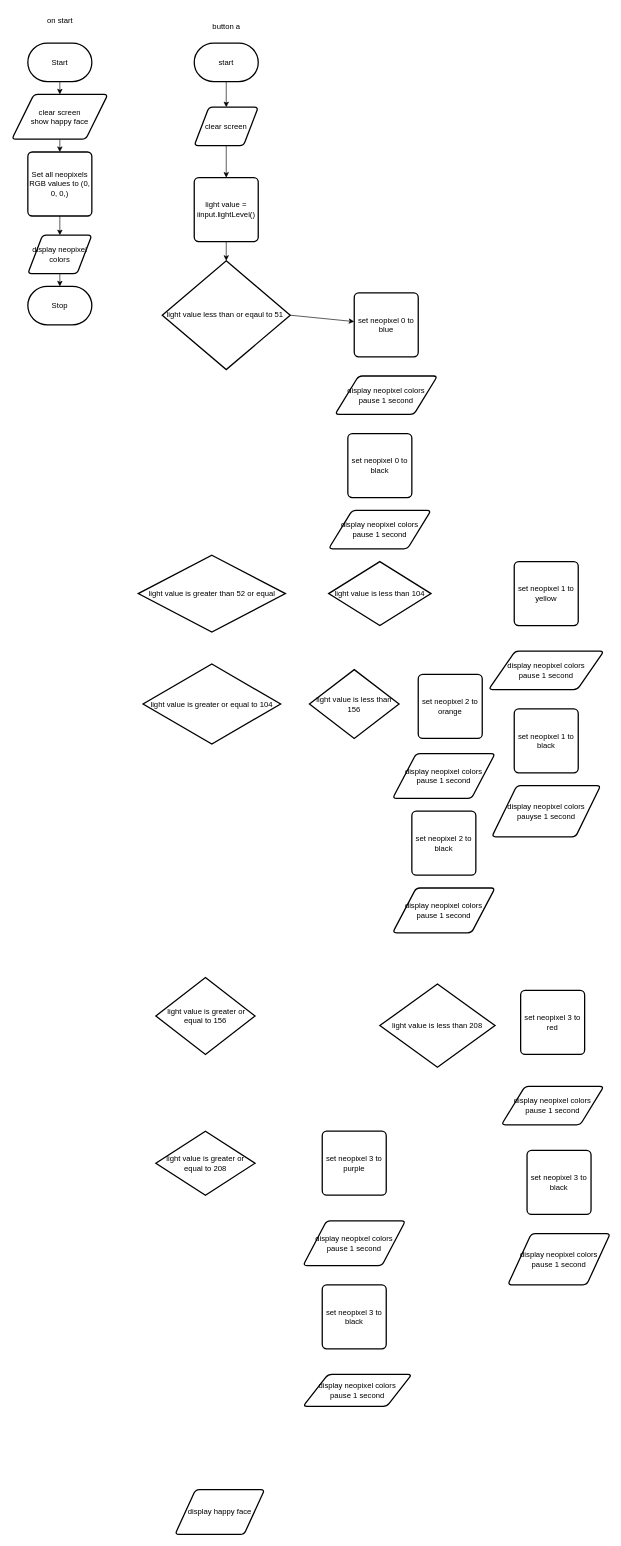
Above: design/flowchart.drawio in MTHS-TEJ2O-1-2023/TEJ2O-Unit-2-10-michael-bruneau (draw.io), before the change. Source tidied: cells renumbered, new cells numbered last; positions are measured from the earlier drawing's top-left corner, leaving out a move shared by most shapes. Both pictures are drawn from the tidied source at 64%, with x=0, y=0 at pixel (12, 11).
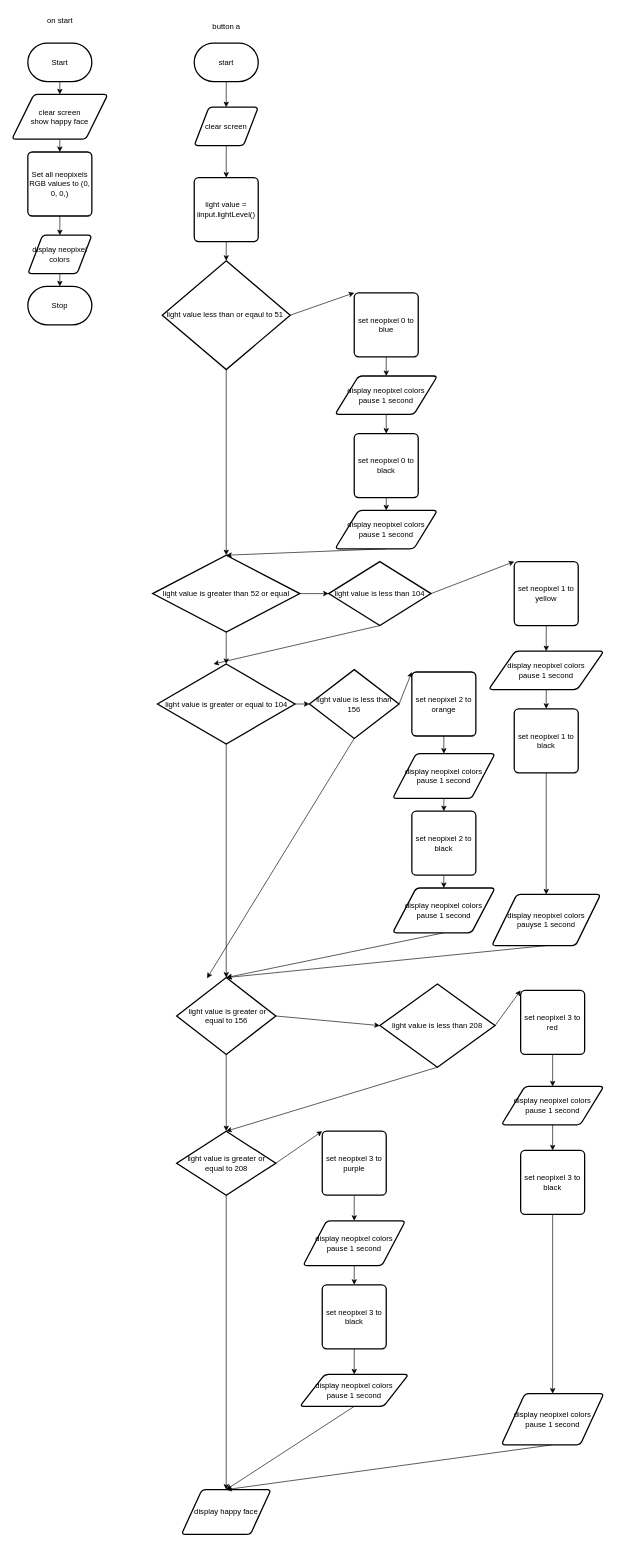
The same page after the edit.

The change refers to these unchanged cells:
```xml
<mxCell id="18" value="light value less than or eqaul to 51&amp;nbsp;" style="strokeWidth=2;html=1;shape=mxgraph.flowchart.decision;whiteSpace=wrap;" parent="1" vertex="1">
  <mxGeometry x="235" y="390" width="200" height="170" as="geometry" />
</mxCell>
<mxCell id="20" value="light value is less than 104" style="strokeWidth=2;html=1;shape=mxgraph.flowchart.decision;whiteSpace=wrap;" parent="1" vertex="1">
  <mxGeometry x="495" y="860" width="160" height="100" as="geometry" />
</mxCell>
<mxCell id="22" value="light value is less than 156" style="strokeWidth=2;html=1;shape=mxgraph.flowchart.decision;whiteSpace=wrap;" parent="1" vertex="1">
  <mxGeometry x="465" y="1028.8" width="140" height="107.5" as="geometry" />
</mxCell>
<mxCell id="24" value="light value is less than 208" style="strokeWidth=2;html=1;shape=mxgraph.flowchart.decision;whiteSpace=wrap;" parent="1" vertex="1">
  <mxGeometry x="575" y="1520" width="180" height="130" as="geometry" />
</mxCell>
<mxCell id="29" value="display neopixel colors&lt;br&gt;pause 1 second" style="shape=parallelogram;html=1;strokeWidth=2;perimeter=parallelogramPerimeter;whiteSpace=wrap;rounded=1;arcSize=12;size=0.23;" parent="1" vertex="1">
  <mxGeometry x="455" y="1890" width="160" height="70" as="geometry" />
</mxCell>
<mxCell id="30" value="display neopixel colors&lt;br&gt;pause 1 second" style="shape=parallelogram;html=1;strokeWidth=2;perimeter=parallelogramPerimeter;whiteSpace=wrap;rounded=1;arcSize=12;size=0.23;" parent="1" vertex="1">
  <mxGeometry x="765" y="1680" width="160" height="60" as="geometry" />
</mxCell>
<mxCell id="31" value="display neopixel colors&lt;br&gt;pause 1 second" style="shape=parallelogram;html=1;strokeWidth=2;perimeter=parallelogramPerimeter;whiteSpace=wrap;rounded=1;arcSize=12;size=0.23;" parent="1" vertex="1">
  <mxGeometry x="595" y="1160" width="160" height="70" as="geometry" />
</mxCell>
<mxCell id="32" value="display neopixel colors&lt;br&gt;pause 1 second" style="shape=parallelogram;html=1;strokeWidth=2;perimeter=parallelogramPerimeter;whiteSpace=wrap;rounded=1;arcSize=12;size=0.23;" parent="1" vertex="1">
  <mxGeometry x="745" y="1000" width="180" height="60" as="geometry" />
</mxCell>
<mxCell id="33" value="set neopixel 0 to blue" style="rounded=1;whiteSpace=wrap;html=1;absoluteArcSize=1;arcSize=14;strokeWidth=2;" parent="1" vertex="1">
  <mxGeometry x="535" y="440" width="100" height="100" as="geometry" />
</mxCell>
<mxCell id="34" value="display neopixel colors&lt;br&gt;pause 1 second" style="shape=parallelogram;html=1;strokeWidth=2;perimeter=parallelogramPerimeter;whiteSpace=wrap;rounded=1;arcSize=12;size=0.23;" parent="1" vertex="1">
  <mxGeometry x="505" y="570" width="160" height="60" as="geometry" />
</mxCell>
<mxCell id="35" value="set neopixel 1 to yellow" style="rounded=1;whiteSpace=wrap;html=1;absoluteArcSize=1;arcSize=14;strokeWidth=2;" parent="1" vertex="1">
  <mxGeometry x="785" y="860" width="100" height="100" as="geometry" />
</mxCell>
<mxCell id="36" value="set neopixel 3 to purple" style="rounded=1;whiteSpace=wrap;html=1;absoluteArcSize=1;arcSize=14;strokeWidth=2;" parent="1" vertex="1">
  <mxGeometry x="485" y="1750" width="100" height="100" as="geometry" />
</mxCell>
<mxCell id="37" value="set neopixel 3 to red" style="rounded=1;whiteSpace=wrap;html=1;absoluteArcSize=1;arcSize=14;strokeWidth=2;" parent="1" vertex="1">
  <mxGeometry x="795" y="1530" width="100" height="100" as="geometry" />
</mxCell>
<mxCell id="39" value="set neopixel 2 to black" style="rounded=1;whiteSpace=wrap;html=1;absoluteArcSize=1;arcSize=14;strokeWidth=2;" parent="1" vertex="1">
  <mxGeometry x="625" y="1250" width="100" height="100" as="geometry" />
</mxCell>
<mxCell id="40" value="display neopixel colors&lt;br&gt;pause 1 second" style="shape=parallelogram;html=1;strokeWidth=2;perimeter=parallelogramPerimeter;whiteSpace=wrap;rounded=1;arcSize=12;size=0.23;" parent="1" vertex="1">
  <mxGeometry x="595" y="1370" width="160" height="70" as="geometry" />
</mxCell>
<mxCell id="41" value="set neopixel 3 to black" style="rounded=1;whiteSpace=wrap;html=1;absoluteArcSize=1;arcSize=14;strokeWidth=2;" parent="1" vertex="1">
  <mxGeometry x="485" y="1990" width="100" height="100" as="geometry" />
</mxCell>
<mxCell id="45" value="set neopixel 1 to black" style="rounded=1;whiteSpace=wrap;html=1;absoluteArcSize=1;arcSize=14;strokeWidth=2;" parent="1" vertex="1">
  <mxGeometry x="785" y="1090" width="100" height="100" as="geometry" />
</mxCell>
```

The edit, as a diff of the source:
```diff
@@
-    <mxCell id="17" style="edgeStyle=none;html=1;exitX=1;exitY=0.5;exitDx=0;exitDy=0;exitPerimeter=0;" parent="1" edge="1" source="18" target="33">
+    <mxCell id="17" style="edgeStyle=none;html=1;exitX=1;exitY=0.5;exitDx=0;exitDy=0;exitPerimeter=0;entryX=0;entryY=0;entryDx=0;entryDy=0;" parent="1" edge="1" source="18" target="33">
       <mxGeometry relative="1" as="geometry" />
     </mxCell>
+    <mxCell id="49" style="edgeStyle=none;html=1;exitX=0.5;exitY=1;exitDx=0;exitDy=0;exitPerimeter=0;entryX=0.5;entryY=0;entryDx=0;entryDy=0;entryPerimeter=0;" parent="1" edge="1" source="18" target="19">
+      <mxGeometry relative="1" as="geometry" />
+    </mxCell>
@@
+    <mxCell id="50" style="edgeStyle=none;html=1;exitX=0.5;exitY=1;exitDx=0;exitDy=0;exitPerimeter=0;entryX=0.5;entryY=0;entryDx=0;entryDy=0;entryPerimeter=0;" parent="1" edge="1" source="19" target="21">
+      <mxGeometry relative="1" as="geometry" />
+    </mxCell>
+    <mxCell id="51" style="edgeStyle=none;html=1;exitX=1;exitY=0.5;exitDx=0;exitDy=0;exitPerimeter=0;entryX=0;entryY=0.5;entryDx=0;entryDy=0;entryPerimeter=0;" parent="1" edge="1" source="19" target="20">
+      <mxGeometry relative="1" as="geometry" />
+    </mxCell>
     <mxCell id="19" value="light value is greater than 52 or equal" style="strokeWidth=2;html=1;shape=mxgraph.flowchart.decision;whiteSpace=wrap;" parent="1" vertex="1">
-      <mxGeometry x="197.5" y="850" width="230" height="120" as="geometry" />
+      <mxGeometry x="220" y="850" width="230" height="120" as="geometry" />
     </mxCell>
+    <mxCell id="52" style="edgeStyle=none;html=1;exitX=0.5;exitY=1;exitDx=0;exitDy=0;exitPerimeter=0;" parent="1" edge="1" source="20">
+      <mxGeometry relative="1" as="geometry">
+        <mxPoint x="315" y="1020" as="targetPoint" />
+      </mxGeometry>
+    </mxCell>
+    <mxCell id="53" style="edgeStyle=none;html=1;exitX=1;exitY=0.5;exitDx=0;exitDy=0;exitPerimeter=0;entryX=0;entryY=0;entryDx=0;entryDy=0;" parent="1" edge="1" source="20" target="35">
+      <mxGeometry relative="1" as="geometry" />
+    </mxCell>
@@
+    <mxCell id="54" style="edgeStyle=none;html=1;exitX=0.5;exitY=1;exitDx=0;exitDy=0;exitPerimeter=0;entryX=0.5;entryY=0;entryDx=0;entryDy=0;entryPerimeter=0;" parent="1" edge="1" source="21" target="23">
+      <mxGeometry relative="1" as="geometry" />
+    </mxCell>
+    <mxCell id="55" style="edgeStyle=none;html=1;exitX=1;exitY=0.5;exitDx=0;exitDy=0;exitPerimeter=0;" parent="1" edge="1" source="21" target="22">
+      <mxGeometry relative="1" as="geometry" />
+    </mxCell>
     <mxCell id="21" value="light value is greater or equal to 104" style="strokeWidth=2;html=1;shape=mxgraph.flowchart.decision;whiteSpace=wrap;" parent="1" vertex="1">
-      <mxGeometry x="205" y="1020" width="215" height="125" as="geometry" />
+      <mxGeometry x="227.5" y="1020" width="215" height="125" as="geometry" />
     </mxCell>
+    <mxCell id="56" style="edgeStyle=none;html=1;exitX=0.5;exitY=1;exitDx=0;exitDy=0;exitPerimeter=0;" parent="1" edge="1" source="22">
+      <mxGeometry relative="1" as="geometry">
+        <mxPoint x="305" y="1511" as="targetPoint" />
+      </mxGeometry>
+    </mxCell>
+    <mxCell id="57" style="edgeStyle=none;html=1;exitX=1;exitY=0.5;exitDx=0;exitDy=0;exitPerimeter=0;entryX=0;entryY=0;entryDx=0;entryDy=0;" parent="1" edge="1" source="22" target="38">
+      <mxGeometry relative="1" as="geometry" />
+    </mxCell>
@@
+    <mxCell id="58" style="edgeStyle=none;html=1;exitX=0.5;exitY=1;exitDx=0;exitDy=0;exitPerimeter=0;entryX=0.5;entryY=0;entryDx=0;entryDy=0;entryPerimeter=0;" parent="1" edge="1" source="23" target="25">
+      <mxGeometry relative="1" as="geometry" />
+    </mxCell>
+    <mxCell id="59" style="edgeStyle=none;html=1;exitX=1;exitY=0.5;exitDx=0;exitDy=0;exitPerimeter=0;entryX=0;entryY=0.5;entryDx=0;entryDy=0;entryPerimeter=0;" parent="1" edge="1" source="23" target="24">
+      <mxGeometry relative="1" as="geometry" />
+    </mxCell>
     <mxCell id="23" value="&amp;nbsp;light value is greater or equal to 156" style="strokeWidth=2;html=1;shape=mxgraph.flowchart.decision;whiteSpace=wrap;" parent="1" vertex="1">
-      <mxGeometry x="225" y="1510" width="155" height="120" as="geometry" />
+      <mxGeometry x="257.5" y="1510" width="155" height="120" as="geometry" />
     </mxCell>
+    <mxCell id="60" style="edgeStyle=none;html=1;exitX=0.5;exitY=1;exitDx=0;exitDy=0;exitPerimeter=0;entryX=0.5;entryY=0;entryDx=0;entryDy=0;entryPerimeter=0;" parent="1" edge="1" source="24" target="25">
+      <mxGeometry relative="1" as="geometry" />
+    </mxCell>
+    <mxCell id="61" style="edgeStyle=none;html=1;exitX=1;exitY=0.5;exitDx=0;exitDy=0;exitPerimeter=0;entryX=0;entryY=0;entryDx=0;entryDy=0;" parent="1" edge="1" source="24" target="37">
+      <mxGeometry relative="1" as="geometry" />
+    </mxCell>
@@
+    <mxCell id="62" style="edgeStyle=none;html=1;exitX=0.5;exitY=1;exitDx=0;exitDy=0;exitPerimeter=0;entryX=0.5;entryY=0;entryDx=0;entryDy=0;" parent="1" edge="1" source="25" target="26">
+      <mxGeometry relative="1" as="geometry" />
+    </mxCell>
+    <mxCell id="63" style="edgeStyle=none;html=1;exitX=1;exitY=0.5;exitDx=0;exitDy=0;exitPerimeter=0;entryX=0;entryY=0;entryDx=0;entryDy=0;" parent="1" edge="1" source="25" target="36">
+      <mxGeometry relative="1" as="geometry" />
+    </mxCell>
     <mxCell id="25" value="light value is greater or equal to 208" style="strokeWidth=2;html=1;shape=mxgraph.flowchart.decision;whiteSpace=wrap;" parent="1" vertex="1">
-      <mxGeometry x="225" y="1750" width="155" height="100" as="geometry" />
+      <mxGeometry x="257.5" y="1750" width="155" height="100" as="geometry" />
     </mxCell>
     <mxCell id="26" value="display happy face" style="shape=parallelogram;html=1;strokeWidth=2;perimeter=parallelogramPerimeter;whiteSpace=wrap;rounded=1;arcSize=12;size=0.23;" parent="1" vertex="1">
-      <mxGeometry x="255" y="2310" width="140" height="70" as="geometry" />
+      <mxGeometry x="265" y="2310" width="140" height="70" as="geometry" />
     </mxCell>
@@
+    <mxCell id="64" style="edgeStyle=none;html=1;exitX=0.5;exitY=1;exitDx=0;exitDy=0;entryX=0.5;entryY=0;entryDx=0;entryDy=0;" parent="1" edge="1" source="29" target="41">
+      <mxGeometry relative="1" as="geometry" />
+    </mxCell>
@@
+    <mxCell id="65" style="edgeStyle=none;html=1;exitX=0.5;exitY=1;exitDx=0;exitDy=0;entryX=0.5;entryY=0;entryDx=0;entryDy=0;" parent="1" edge="1" source="30" target="43">
+      <mxGeometry relative="1" as="geometry" />
+    </mxCell>
@@
+    <mxCell id="66" style="edgeStyle=none;html=1;exitX=0.5;exitY=1;exitDx=0;exitDy=0;" parent="1" edge="1" source="31" target="39">
+      <mxGeometry relative="1" as="geometry" />
+    </mxCell>
@@
+    <mxCell id="67" style="edgeStyle=none;html=1;exitX=0.5;exitY=1;exitDx=0;exitDy=0;entryX=0.5;entryY=0;entryDx=0;entryDy=0;" parent="1" edge="1" source="32" target="45">
+      <mxGeometry relative="1" as="geometry" />
+    </mxCell>
@@
+    <mxCell id="68" style="edgeStyle=none;html=1;exitX=0.5;exitY=1;exitDx=0;exitDy=0;" parent="1" edge="1" source="33" target="34">
+      <mxGeometry relative="1" as="geometry" />
+    </mxCell>
@@
+    <mxCell id="69" style="edgeStyle=none;html=1;exitX=0.5;exitY=1;exitDx=0;exitDy=0;entryX=0.5;entryY=0;entryDx=0;entryDy=0;" parent="1" edge="1" source="34" target="47">
+      <mxGeometry relative="1" as="geometry" />
+    </mxCell>
@@
+    <mxCell id="70" style="edgeStyle=none;html=1;exitX=0.5;exitY=1;exitDx=0;exitDy=0;" parent="1" edge="1" source="35" target="32">
+      <mxGeometry relative="1" as="geometry" />
+    </mxCell>
@@
+    <mxCell id="71" style="edgeStyle=none;html=1;exitX=0.5;exitY=1;exitDx=0;exitDy=0;" parent="1" edge="1" source="36" target="29">
+      <mxGeometry relative="1" as="geometry" />
+    </mxCell>
@@
+    <mxCell id="72" style="edgeStyle=none;html=1;exitX=0.5;exitY=1;exitDx=0;exitDy=0;entryX=0.5;entryY=0;entryDx=0;entryDy=0;" parent="1" edge="1" source="37" target="30">
+      <mxGeometry relative="1" as="geometry" />
+    </mxCell>
@@
+    <mxCell id="73" style="edgeStyle=none;html=1;exitX=0.5;exitY=1;exitDx=0;exitDy=0;entryX=0.5;entryY=0;entryDx=0;entryDy=0;" parent="1" edge="1" source="38" target="31">
+      <mxGeometry relative="1" as="geometry" />
+    </mxCell>
     <mxCell id="38" value="set neopixel 2 to orange" style="rounded=1;whiteSpace=wrap;html=1;absoluteArcSize=1;arcSize=14;strokeWidth=2;" parent="1" vertex="1">
-      <mxGeometry x="635" y="1036.2" width="100" height="100" as="geometry" />
+      <mxGeometry x="625" y="1032.5" width="100" height="100" as="geometry" />
     </mxCell>
+    <mxCell id="74" style="edgeStyle=none;html=1;exitX=0.5;exitY=1;exitDx=0;exitDy=0;entryX=0.5;entryY=0;entryDx=0;entryDy=0;" parent="1" edge="1" source="39" target="40">
+      <mxGeometry relative="1" as="geometry" />
+    </mxCell>
@@
+    <mxCell id="75" style="edgeStyle=none;html=1;exitX=0.5;exitY=1;exitDx=0;exitDy=0;entryX=0.5;entryY=0;entryDx=0;entryDy=0;entryPerimeter=0;" parent="1" edge="1" source="40" target="23">
+      <mxGeometry relative="1" as="geometry" />
+    </mxCell>
@@
+    <mxCell id="76" style="edgeStyle=none;html=1;exitX=0.5;exitY=1;exitDx=0;exitDy=0;entryX=0.5;entryY=0;entryDx=0;entryDy=0;" parent="1" edge="1" source="41" target="42">
+      <mxGeometry relative="1" as="geometry" />
+    </mxCell>
@@
+    <mxCell id="77" style="edgeStyle=none;html=1;exitX=0.5;exitY=1;exitDx=0;exitDy=0;entryX=0.5;entryY=0;entryDx=0;entryDy=0;" parent="1" edge="1" source="42" target="26">
+      <mxGeometry relative="1" as="geometry" />
+    </mxCell>
     <mxCell id="42" value="display neopixel colors&lt;br&gt;pause 1 second" style="shape=parallelogram;html=1;strokeWidth=2;perimeter=parallelogramPerimeter;whiteSpace=wrap;rounded=1;arcSize=12;size=0.23;" parent="1" vertex="1">
-      <mxGeometry x="455" y="2130" width="170" height="50" as="geometry" />
+      <mxGeometry x="450" y="2130" width="170" height="50" as="geometry" />
     </mxCell>
+    <mxCell id="78" style="edgeStyle=none;html=1;exitX=0.5;exitY=1;exitDx=0;exitDy=0;" parent="1" edge="1" source="43" target="44">
+      <mxGeometry relative="1" as="geometry" />
+    </mxCell>
     <mxCell id="43" value="set neopixel 3 to black" style="rounded=1;whiteSpace=wrap;html=1;absoluteArcSize=1;arcSize=14;strokeWidth=2;" parent="1" vertex="1">
-      <mxGeometry x="805" y="1780" width="100" height="100" as="geometry" />
+      <mxGeometry x="795" y="1780" width="100" height="100" as="geometry" />
     </mxCell>
+    <mxCell id="79" style="edgeStyle=none;html=1;exitX=0.5;exitY=1;exitDx=0;exitDy=0;entryX=0.5;entryY=0;entryDx=0;entryDy=0;" parent="1" edge="1" source="44" target="26">
+      <mxGeometry relative="1" as="geometry" />
+    </mxCell>
     <mxCell id="44" value="display neopixel colors&lt;br&gt;pause 1 second" style="shape=parallelogram;html=1;strokeWidth=2;perimeter=parallelogramPerimeter;whiteSpace=wrap;rounded=1;arcSize=12;size=0.23;" parent="1" vertex="1">
-      <mxGeometry x="775" y="1910" width="160" height="80" as="geometry" />
+      <mxGeometry x="765" y="2160" width="160" height="80" as="geometry" />
     </mxCell>
+    <mxCell id="80" style="edgeStyle=none;html=1;exitX=0.5;exitY=1;exitDx=0;exitDy=0;" parent="1" edge="1" source="45" target="46">
+      <mxGeometry relative="1" as="geometry" />
+    </mxCell>
@@
+    <mxCell id="81" style="edgeStyle=none;html=1;exitX=0.5;exitY=1;exitDx=0;exitDy=0;entryX=0.5;entryY=0;entryDx=0;entryDy=0;entryPerimeter=0;" parent="1" edge="1" source="46" target="23">
+      <mxGeometry relative="1" as="geometry" />
+    </mxCell>
     <mxCell id="46" value="display neopixel colors&lt;br&gt;pauyse 1 second" style="shape=parallelogram;html=1;strokeWidth=2;perimeter=parallelogramPerimeter;whiteSpace=wrap;rounded=1;arcSize=12;size=0.23;" parent="1" vertex="1">
-      <mxGeometry x="750" y="1210" width="170" height="80" as="geometry" />
+      <mxGeometry x="750" y="1380" width="170" height="80" as="geometry" />
     </mxCell>
+    <mxCell id="82" style="edgeStyle=none;html=1;exitX=0.5;exitY=1;exitDx=0;exitDy=0;" parent="1" edge="1" source="47" target="48">
+      <mxGeometry relative="1" as="geometry" />
+    </mxCell>
     <mxCell id="47" value="set neopixel 0 to black" style="rounded=1;whiteSpace=wrap;html=1;absoluteArcSize=1;arcSize=14;strokeWidth=2;" parent="1" vertex="1">
-      <mxGeometry x="525" y="660" width="100" height="100" as="geometry" />
+      <mxGeometry x="535" y="660" width="100" height="100" as="geometry" />
     </mxCell>
+    <mxCell id="83" style="edgeStyle=none;html=1;exitX=0.5;exitY=1;exitDx=0;exitDy=0;entryX=0.5;entryY=0;entryDx=0;entryDy=0;entryPerimeter=0;" parent="1" edge="1" source="48" target="19">
+      <mxGeometry relative="1" as="geometry" />
+    </mxCell>
     <mxCell id="48" value="display neopixel colors&lt;br&gt;pause 1 second" style="shape=parallelogram;html=1;strokeWidth=2;perimeter=parallelogramPerimeter;whiteSpace=wrap;rounded=1;arcSize=12;size=0.23;" parent="1" vertex="1">
-      <mxGeometry x="495" y="780" width="160" height="60" as="geometry" />
+      <mxGeometry x="505" y="780" width="160" height="60" as="geometry" />
     </mxCell>
```
